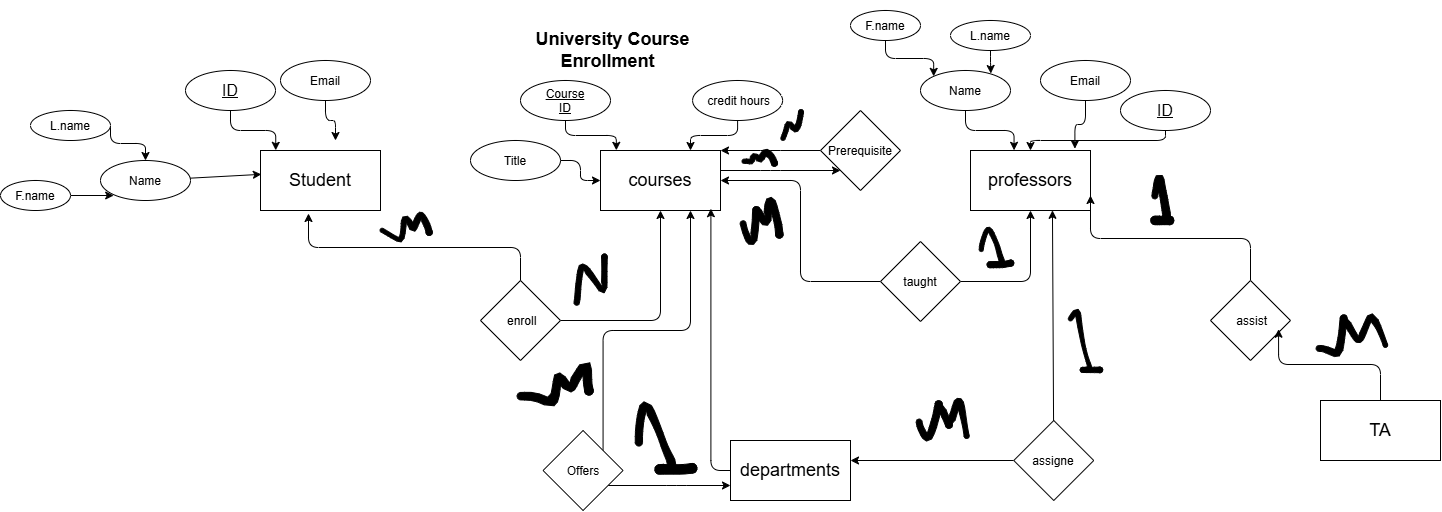
Before: Task_2.drawio.png, a diagram exported from draw.io (mariamnabeh/Database-ERD-EERD-Models). Source tidied: cells renumbered, new cells last; positions are measured from the earlier drawing's top-left corner, leaving out a move shared by most shapes.
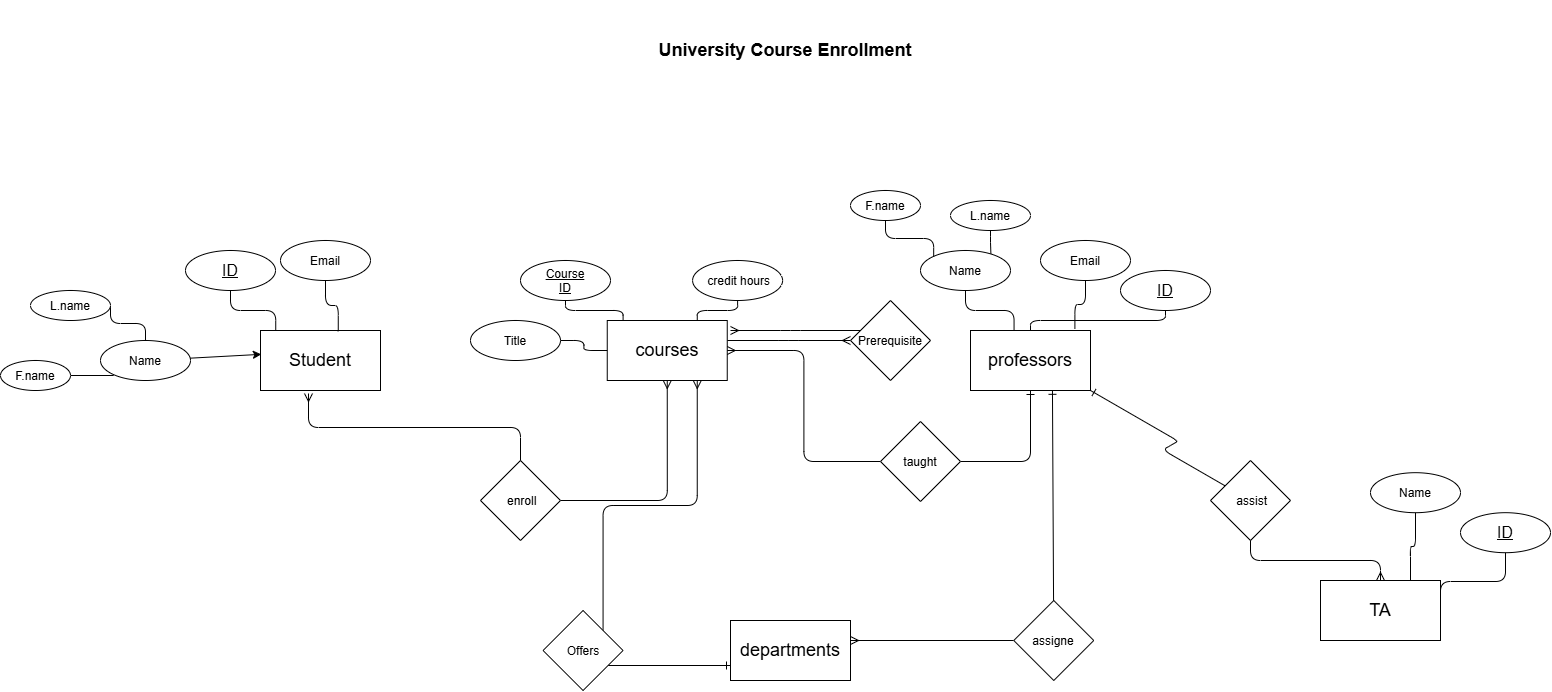
The same file after the commit.

Commit message:
Update task ERD diagrams

Refresh the diagrams for Tasks 1, 2, and 3.

The edit, as a diff of the source:
```diff
@@ -2,17 +2,22 @@
   <root>
     <mxCell id="0" />
     <mxCell id="1" parent="0" />
+    <mxCell id="65" style="edgeStyle=elbowEdgeStyle;elbow=vertical;html=1;" parent="1" edge="1" source="2">
+      <mxGeometry relative="1" as="geometry">
+        <mxPoint x="590" y="-130" as="targetPoint" />
+      </mxGeometry>
+    </mxCell>
     <mxCell id="2" value="&lt;font style=&quot;font-size: 18px;&quot;&gt;&lt;b style=&quot;background-color: light-dark(transparent, rgb(255, 51, 255));&quot;&gt;&amp;nbsp;University Course Enrollment&amp;nbsp;&lt;/b&gt;&lt;/font&gt;" style="text;html=1;whiteSpace=wrap;strokeColor=none;fillColor=none;align=center;verticalAlign=middle;rounded=0;" parent="1" vertex="1">
-      <mxGeometry x="490" width="240" height="100" as="geometry" />
+      <mxGeometry x="300" y="-180" width="970" height="100" as="geometry" />
     </mxCell>
     <mxCell id="3" value="&lt;font style=&quot;font-size: 18px;&quot;&gt;Student&lt;/font&gt;" style="whiteSpace=wrap;html=1;" parent="1" vertex="1">
       <mxGeometry x="260" y="150" width="120" height="60" as="geometry" />
     </mxCell>
-    <mxCell id="4" style="edgeStyle=elbowEdgeStyle;elbow=vertical;html=1;" parent="1" edge="1" source="5" target="57">
-      <mxGeometry relative="1" as="geometry" />
+    <mxCell id="4" style="edgeStyle=elbowEdgeStyle;elbow=vertical;html=1;endArrow=ERmany;endFill=0;entryX=0;entryY=0.5;entryDx=0;entryDy=0;" parent="1" edge="1" source="5" target="57">
+      <mxGeometry x="-0.08" relative="1" as="geometry" />
     </mxCell>
     <mxCell id="5" value="&lt;font style=&quot;font-size: 18px;&quot;&gt;courses&lt;/font&gt;" style="whiteSpace=wrap;html=1;" parent="1" vertex="1">
-      <mxGeometry x="600" y="150" width="120" height="60" as="geometry" />
+      <mxGeometry x="606.8" y="140" width="120" height="60" as="geometry" />
     </mxCell>
     <mxCell id="6" value="&lt;font style=&quot;font-size: 18px;&quot;&gt;professors&lt;/font&gt;" style="whiteSpace=wrap;html=1;" parent="1" vertex="1">
       <mxGeometry x="970" y="150" width="120" height="60" as="geometry" />
@@ -20,10 +25,8 @@
     <mxCell id="7" value="&lt;font style=&quot;font-size: 18px;&quot;&gt;departments&lt;/font&gt;" style="whiteSpace=wrap;html=1;" parent="1" vertex="1">
       <mxGeometry x="730" y="440" width="120" height="60" as="geometry" />
     </mxCell>
-    <mxCell id="8" style="edgeStyle=elbowEdgeStyle;elbow=vertical;html=1;" parent="1" edge="1" source="9">
-      <mxGeometry relative="1" as="geometry">
-        <mxPoint x="335" y="140" as="targetPoint" />
-      </mxGeometry>
+    <mxCell id="8" style="edgeStyle=elbowEdgeStyle;elbow=vertical;html=1;entryX=0.648;entryY=0.013;entryDx=0;entryDy=0;entryPerimeter=0;endArrow=none;endFill=0;" parent="1" edge="1" source="9" target="3">
+      <mxGeometry relative="1" as="geometry" />
     </mxCell>
     <mxCell id="9" value="Email" style="ellipse;whiteSpace=wrap;html=1;shapeInside=1;" parent="1" vertex="1">
       <mxGeometry x="280" y="60" width="90" height="40" as="geometry" />
@@ -34,13 +37,13 @@
     <mxCell id="11" value="&lt;font size=&quot;3&quot;&gt;&lt;u&gt;ID&lt;/u&gt;&lt;/font&gt;" style="ellipse;whiteSpace=wrap;html=1;shapeInside=1;" parent="1" vertex="1">
       <mxGeometry x="185" y="70" width="90" height="40" as="geometry" />
     </mxCell>
-    <mxCell id="12" style="edgeStyle=elbowEdgeStyle;elbow=vertical;html=1;exitX=1;exitY=0.5;exitDx=0;exitDy=0;" parent="1" edge="1" source="13" target="10">
+    <mxCell id="12" style="edgeStyle=elbowEdgeStyle;elbow=vertical;html=1;exitX=1;exitY=0.5;exitDx=0;exitDy=0;endArrow=none;endFill=0;" parent="1" edge="1" source="13" target="10">
       <mxGeometry relative="1" as="geometry" />
     </mxCell>
     <mxCell id="13" value="L.name" style="ellipse;whiteSpace=wrap;html=1;shapeInside=1;" parent="1" vertex="1">
       <mxGeometry x="30" y="110" width="80" height="30" as="geometry" />
     </mxCell>
-    <mxCell id="14" style="edgeStyle=elbowEdgeStyle;elbow=vertical;html=1;exitX=1;exitY=0.5;exitDx=0;exitDy=0;entryX=0;entryY=1;entryDx=0;entryDy=0;" parent="1" edge="1" source="15" target="10">
+    <mxCell id="14" style="edgeStyle=elbowEdgeStyle;elbow=vertical;html=1;exitX=1;exitY=0.5;exitDx=0;exitDy=0;entryX=0;entryY=1;entryDx=0;entryDy=0;endArrow=none;endFill=0;" parent="1" edge="1" source="15" target="10">
       <mxGeometry relative="1" as="geometry" />
     </mxCell>
     <mxCell id="15" value="F.name" style="ellipse;whiteSpace=wrap;html=1;shapeInside=1;" parent="1" vertex="1">
@@ -49,13 +52,13 @@
     <mxCell id="16" style="edgeStyle=none;html=1;entryX=0.007;entryY=0.397;entryDx=0;entryDy=0;entryPerimeter=0;" parent="1" edge="1" source="10" target="3">
       <mxGeometry relative="1" as="geometry" />
     </mxCell>
-    <mxCell id="17" style="edgeStyle=elbowEdgeStyle;elbow=vertical;html=1;entryX=0.127;entryY=-0.003;entryDx=0;entryDy=0;entryPerimeter=0;" parent="1" edge="1" source="11" target="3">
+    <mxCell id="17" style="edgeStyle=elbowEdgeStyle;elbow=vertical;html=1;entryX=0.127;entryY=-0.003;entryDx=0;entryDy=0;entryPerimeter=0;endArrow=none;endFill=0;" parent="1" edge="1" source="11" target="3">
       <mxGeometry relative="1" as="geometry" />
     </mxCell>
     <mxCell id="18" value="Email" style="ellipse;whiteSpace=wrap;html=1;shapeInside=1;" parent="1" vertex="1">
       <mxGeometry x="1040" y="60" width="90" height="40" as="geometry" />
     </mxCell>
-    <mxCell id="19" style="edgeStyle=elbowEdgeStyle;elbow=vertical;html=1;" parent="1" edge="1" source="20" target="6">
+    <mxCell id="19" style="edgeStyle=elbowEdgeStyle;elbow=vertical;html=1;endArrow=none;endFill=0;" parent="1" edge="1" source="20" target="6">
       <mxGeometry relative="1" as="geometry" />
     </mxCell>
     <mxCell id="20" value="&lt;font size=&quot;3&quot;&gt;&lt;u&gt;ID&lt;/u&gt;&lt;/font&gt;" style="ellipse;whiteSpace=wrap;html=1;shapeInside=1;" parent="1" vertex="1">
@@ -64,58 +67,52 @@
     <mxCell id="21" value="Name" style="ellipse;whiteSpace=wrap;html=1;shapeInside=1;" parent="1" vertex="1">
       <mxGeometry x="920" y="70" width="90" height="40" as="geometry" />
     </mxCell>
-    <mxCell id="22" style="edgeStyle=elbowEdgeStyle;elbow=vertical;html=1;entryX=0.87;entryY=-0.03;entryDx=0;entryDy=0;entryPerimeter=0;" parent="1" edge="1" source="18" target="6">
+    <mxCell id="22" style="edgeStyle=elbowEdgeStyle;elbow=vertical;html=1;entryX=0.87;entryY=-0.03;entryDx=0;entryDy=0;entryPerimeter=0;endArrow=none;endFill=0;" parent="1" edge="1" source="18" target="6">
       <mxGeometry relative="1" as="geometry" />
     </mxCell>
-    <mxCell id="23" style="edgeStyle=elbowEdgeStyle;elbow=vertical;html=1;entryX=0.363;entryY=-0.003;entryDx=0;entryDy=0;entryPerimeter=0;" parent="1" edge="1" source="21" target="6">
+    <mxCell id="23" style="edgeStyle=elbowEdgeStyle;elbow=vertical;html=1;entryX=0.363;entryY=-0.003;entryDx=0;entryDy=0;entryPerimeter=0;endArrow=none;endFill=0;" parent="1" edge="1" source="21" target="6">
       <mxGeometry relative="1" as="geometry" />
     </mxCell>
     <mxCell id="24" value="L.name" style="ellipse;whiteSpace=wrap;html=1;shapeInside=1;" parent="1" vertex="1">
       <mxGeometry x="950" y="20" width="80" height="30" as="geometry" />
     </mxCell>
-    <mxCell id="25" style="edgeStyle=elbowEdgeStyle;elbow=vertical;html=1;entryX=0;entryY=0;entryDx=0;entryDy=0;" parent="1" edge="1" source="26" target="21">
+    <mxCell id="25" style="edgeStyle=elbowEdgeStyle;elbow=vertical;html=1;entryX=0;entryY=0;entryDx=0;entryDy=0;endArrow=none;endFill=0;" parent="1" edge="1" source="26" target="21">
       <mxGeometry relative="1" as="geometry" />
     </mxCell>
     <mxCell id="26" value="F.name" style="ellipse;whiteSpace=wrap;html=1;shapeInside=1;" parent="1" vertex="1">
       <mxGeometry x="850" y="10" width="70" height="30" as="geometry" />
     </mxCell>
-    <mxCell id="27" style="edgeStyle=elbowEdgeStyle;elbow=vertical;html=1;entryX=0.782;entryY=0.075;entryDx=0;entryDy=0;entryPerimeter=0;" parent="1" edge="1" source="24" target="21">
+    <mxCell id="27" style="edgeStyle=elbowEdgeStyle;elbow=vertical;html=1;entryX=0.782;entryY=0.075;entryDx=0;entryDy=0;entryPerimeter=0;endArrow=none;endFill=0;" parent="1" edge="1" source="24" target="21">
       <mxGeometry relative="1" as="geometry" />
     </mxCell>
     <mxCell id="28" value="&lt;u&gt;Course ID&lt;/u&gt;&lt;div style=&quot;text-decoration-line: inherit;&quot;&gt;&lt;br&gt;&lt;/div&gt;" style="ellipse;whiteSpace=wrap;html=1;shapeInside=1;" parent="1" vertex="1">
       <mxGeometry x="520" y="80" width="90" height="40" as="geometry" />
     </mxCell>
-    <mxCell id="29" style="edgeStyle=orthogonalEdgeStyle;html=1;entryX=0.75;entryY=0;entryDx=0;entryDy=0;elbow=vertical;" parent="1" edge="1" source="30" target="5">
+    <mxCell id="29" style="edgeStyle=orthogonalEdgeStyle;html=1;entryX=0.75;entryY=0;entryDx=0;entryDy=0;elbow=vertical;endArrow=none;endFill=0;" parent="1" edge="1" source="30" target="5">
       <mxGeometry relative="1" as="geometry" />
     </mxCell>
     <mxCell id="30" value="&lt;br&gt;&lt;div&gt;&amp;nbsp;credit hours&lt;/div&gt;" style="ellipse;whiteSpace=wrap;html=1;shapeInside=1;" parent="1" vertex="1">
       <mxGeometry x="692.1" y="80" width="90" height="40" as="geometry" />
     </mxCell>
-    <mxCell id="31" style="edgeStyle=orthogonalEdgeStyle;html=1;entryX=0.5;entryY=1;entryDx=0;entryDy=0;elbow=vertical;" parent="1" edge="1" source="32" target="5">
+    <mxCell id="31" style="edgeStyle=orthogonalEdgeStyle;html=1;entryX=0.5;entryY=1;entryDx=0;entryDy=0;elbow=vertical;endArrow=ERmany;endFill=0;" parent="1" edge="1" source="32" target="5">
       <mxGeometry relative="1" as="geometry" />
     </mxCell>
     <mxCell id="32" value="&amp;nbsp;enroll" style="rhombus;whiteSpace=wrap;html=1;shapeInside=1;" parent="1" vertex="1">
       <mxGeometry x="480" y="280" width="80" height="80" as="geometry" />
     </mxCell>
-    <mxCell id="33" style="edgeStyle=elbowEdgeStyle;elbow=vertical;html=1;entryX=0.4;entryY=1.05;entryDx=0;entryDy=0;entryPerimeter=0;" parent="1" edge="1" source="32" target="3">
+    <mxCell id="33" style="edgeStyle=elbowEdgeStyle;elbow=vertical;html=1;entryX=0.4;entryY=1.05;entryDx=0;entryDy=0;entryPerimeter=0;endArrow=ERmany;endFill=0;" parent="1" edge="1" source="32" target="3">
       <mxGeometry relative="1" as="geometry" />
     </mxCell>
-    <mxCell id="34" style="shape=(stored shape, 1192 characters);lineShape=1;strokeColor=default;" parent="1" vertex="1">
-      <mxGeometry x="379.5" y="211.8" width="52.2" height="29.6" as="geometry" />
-    </mxCell>
-    <mxCell id="35" style="edgeStyle=orthogonalEdgeStyle;html=1;entryX=0.5;entryY=1;entryDx=0;entryDy=0;elbow=vertical;" parent="1" edge="1" source="37" target="6">
-      <mxGeometry relative="1" as="geometry" />
+    <mxCell id="35" style="edgeStyle=orthogonalEdgeStyle;html=1;entryX=0.5;entryY=1;entryDx=0;entryDy=0;elbow=vertical;endArrow=ERone;endFill=0;" parent="1" edge="1" source="37" target="6">
+      <mxGeometry x="0.01" relative="1" as="geometry" />
     </mxCell>
-    <mxCell id="36" style="edgeStyle=orthogonalEdgeStyle;html=1;entryX=1;entryY=0.5;entryDx=0;entryDy=0;elbow=vertical;" parent="1" edge="1" source="37" target="5">
+    <mxCell id="36" style="edgeStyle=orthogonalEdgeStyle;html=1;entryX=1;entryY=0.5;entryDx=0;entryDy=0;elbow=vertical;endArrow=ERmany;endFill=0;" parent="1" edge="1" source="37" target="5">
       <mxGeometry relative="1" as="geometry" />
     </mxCell>
     <mxCell id="37" value="taught" style="rhombus;whiteSpace=wrap;html=1;shapeInside=1;" parent="1" vertex="1">
       <mxGeometry x="880" y="241" width="80" height="80" as="geometry" />
     </mxCell>
-    <mxCell id="38" style="shape=(stored shape, 1320 characters);lineShape=1;strokeColor=default;" parent="1" vertex="1">
-      <mxGeometry x="978.7" y="226.8" width="34.6" height="40.4" as="geometry" />
-    </mxCell>
-    <mxCell id="39" style="edgeStyle=none;curved=1;curveGeometry=1;html=1;elbow=vertical;" parent="1" edge="1" source="40">
+    <mxCell id="39" style="edgeStyle=none;curved=1;curveGeometry=1;html=1;elbow=vertical;shape=filledEdge;endArrow=ERmany;endFill=0;" parent="1" edge="1" source="40">
       <mxGeometry relative="1" as="geometry">
         <mxPoint x="850" y="460" as="targetPoint" />
       </mxGeometry>
@@ -123,77 +120,58 @@
     <mxCell id="40" value="assigne" style="rhombus;whiteSpace=wrap;html=1;shapeInside=1;" parent="1" vertex="1">
       <mxGeometry x="1013.3" y="420" width="80" height="80" as="geometry" />
     </mxCell>
-    <mxCell id="41" style="edgeStyle=none;curved=1;curveGeometry=1;html=1;entryX=0.683;entryY=0.997;entryDx=0;entryDy=0;entryPerimeter=0;elbow=vertical;" parent="1" edge="1" source="40" target="6">
+    <mxCell id="41" style="edgeStyle=none;curved=1;curveGeometry=1;html=1;entryX=0.683;entryY=0.997;entryDx=0;entryDy=0;entryPerimeter=0;elbow=vertical;endArrow=ERone;endFill=0;" parent="1" edge="1" source="40" target="6">
       <mxGeometry relative="1" as="geometry" />
     </mxCell>
-    <mxCell id="42" style="shape=(stored shape, 1224 characters);lineShape=1;strokeColor=default;" parent="1" vertex="1">
-      <mxGeometry x="1067.8" y="308.8" width="34.4" height="63.4" as="geometry" />
-    </mxCell>
-    <mxCell id="43" style="edgeStyle=orthogonalEdgeStyle;html=1;entryX=0.92;entryY=0.97;entryDx=0;entryDy=0;entryPerimeter=0;elbow=vertical;" parent="1" edge="1" source="7" target="5">
-      <mxGeometry relative="1" as="geometry" />
-    </mxCell>
-    <mxCell id="44" style="edgeStyle=orthogonalEdgeStyle;html=1;entryX=0.132;entryY=-0.003;entryDx=0;entryDy=0;entryPerimeter=0;elbow=vertical;" parent="1" edge="1" source="28" target="5">
+    <mxCell id="44" style="edgeStyle=orthogonalEdgeStyle;html=1;entryX=0.132;entryY=-0.003;entryDx=0;entryDy=0;entryPerimeter=0;elbow=vertical;endArrow=none;endFill=0;" parent="1" edge="1" source="28" target="5">
       <mxGeometry relative="1" as="geometry" />
     </mxCell>
     <mxCell id="45" value="&lt;span style=&quot;font-size: 18px;&quot;&gt;TA&lt;/span&gt;" style="whiteSpace=wrap;html=1;" parent="1" vertex="1">
       <mxGeometry x="1320" y="400" width="120" height="60" as="geometry" />
     </mxCell>
-    <mxCell id="46" style="edgeStyle=orthogonalEdgeStyle;html=1;entryX=0;entryY=0.5;entryDx=0;entryDy=0;elbow=vertical;" parent="1" edge="1" source="47" target="5">
+    <mxCell id="46" style="edgeStyle=orthogonalEdgeStyle;html=1;entryX=0;entryY=0.5;entryDx=0;entryDy=0;elbow=vertical;endArrow=none;endFill=0;" parent="1" edge="1" source="47" target="5">
       <mxGeometry relative="1" as="geometry" />
     </mxCell>
     <mxCell id="47" value="&lt;div style=&quot;text-decoration-line: inherit;&quot;&gt;Title&lt;/div&gt;" style="ellipse;whiteSpace=wrap;html=1;shapeInside=1;" parent="1" vertex="1">
       <mxGeometry x="470" y="140" width="90" height="40" as="geometry" />
     </mxCell>
-    <mxCell id="48" style="edgeStyle=elbowEdgeStyle;elbow=vertical;html=1;entryX=1;entryY=0.75;entryDx=0;entryDy=0;" parent="1" edge="1" source="49" target="6">
-      <mxGeometry relative="1" as="geometry" />
+    <mxCell id="48" style="edgeStyle=isometricEdgeStyle;elbow=vertical;html=1;endArrow=ERone;endFill=0;entryX=1;entryY=1;entryDx=0;entryDy=0;" parent="1" edge="1" source="49" target="6">
+      <mxGeometry x="0.32" relative="1" as="geometry" />
     </mxCell>
     <mxCell id="49" value="&amp;nbsp;assist" style="rhombus;whiteSpace=wrap;html=1;shapeInside=1;" parent="1" vertex="1">
       <mxGeometry x="1210" y="280" width="80" height="80" as="geometry" />
     </mxCell>
-    <mxCell id="50" style="edgeStyle=elbowEdgeStyle;elbow=vertical;html=1;entryX=0.851;entryY=0.609;entryDx=0;entryDy=0;entryPerimeter=0;" parent="1" edge="1" source="45" target="49">
+    <mxCell id="50" style="edgeStyle=elbowEdgeStyle;elbow=vertical;html=1;entryX=0.5;entryY=1;entryDx=0;entryDy=0;endArrow=none;endFill=0;startArrow=ERmany;startFill=0;" parent="1" edge="1" source="45" target="49">
       <mxGeometry relative="1" as="geometry" />
     </mxCell>
-    <mxCell id="51" style="edgeStyle=elbowEdgeStyle;elbow=vertical;html=1;entryX=0;entryY=0.75;entryDx=0;entryDy=0;" parent="1" edge="1" source="53" target="7">
+    <mxCell id="51" style="edgeStyle=elbowEdgeStyle;elbow=vertical;html=1;entryX=0;entryY=0.75;entryDx=0;entryDy=0;endArrow=ERone;endFill=0;" parent="1" edge="1" source="53" target="7">
       <mxGeometry relative="1" as="geometry" />
     </mxCell>
-    <mxCell id="52" style="edgeStyle=elbowEdgeStyle;elbow=vertical;html=1;exitX=1;exitY=0;exitDx=0;exitDy=0;entryX=0.75;entryY=1;entryDx=0;entryDy=0;" parent="1" edge="1" source="53" target="5">
+    <mxCell id="52" style="edgeStyle=elbowEdgeStyle;elbow=vertical;html=1;exitX=1;exitY=0;exitDx=0;exitDy=0;entryX=0.75;entryY=1;entryDx=0;entryDy=0;endArrow=ERmany;endFill=0;" parent="1" edge="1" source="53" target="5">
       <mxGeometry relative="1" as="geometry" />
     </mxCell>
     <mxCell id="53" value="Offers" style="rhombus;whiteSpace=wrap;html=1;shapeInside=1;" parent="1" vertex="1">
       <mxGeometry x="542.6" y="430" width="80" height="80" as="geometry" />
     </mxCell>
-    <mxCell id="54" style="shape=(stored shape, 1268 characters);lineShape=1;strokeColor=default;" parent="1" vertex="1">
-      <mxGeometry x="634.8" y="401.3" width="61.6" height="72.4" as="geometry" />
-    </mxCell>
-    <mxCell id="55" style="shape=(stored shape, 1100 characters);lineShape=1;strokeColor=default;" parent="1" vertex="1">
-      <mxGeometry x="516.7" y="362.3" width="76" height="42.9" as="geometry" />
-    </mxCell>
-    <mxCell id="56" style="edgeStyle=elbowEdgeStyle;elbow=vertical;html=1;entryX=1;entryY=0;entryDx=0;entryDy=0;" parent="1" edge="1" source="57" target="5">
-      <mxGeometry relative="1" as="geometry" />
+    <mxCell id="56" style="edgeStyle=elbowEdgeStyle;elbow=vertical;html=1;endArrow=ERmany;endFill=0;" parent="1" edge="1" source="57">
+      <mxGeometry x="0.11" relative="1" as="geometry">
+        <mxPoint x="730" y="150" as="targetPoint" />
+      </mxGeometry>
     </mxCell>
     <mxCell id="57" value="Prerequisite" style="rhombus;whiteSpace=wrap;html=1;shapeInside=1;" parent="1" vertex="1">
-      <mxGeometry x="820" y="110" width="80" height="80" as="geometry" />
+      <mxGeometry x="850" y="120" width="80" height="80" as="geometry" />
     </mxCell>
-    <mxCell id="58" style="shape=(stored shape, 904 characters);lineShape=1;strokeColor=default;" parent="1" vertex="1">
-      <mxGeometry x="741.5" y="148.8" width="35.5" height="16.9" as="geometry" />
-    </mxCell>
-    <mxCell id="59" style="shape=(stored shape, 892 characters);lineShape=1;strokeColor=default;" parent="1" vertex="1">
-      <mxGeometry x="780.3" y="109.3" width="22.7" height="30.7" as="geometry" />
-    </mxCell>
-    <mxCell id="60" style="shape=(stored shape, 1344 characters);lineShape=1;strokeColor=default;" parent="1" vertex="1">
-      <mxGeometry x="1315.6" y="313.3" width="71.5" height="42.7" as="geometry" />
-    </mxCell>
-    <mxCell id="61" style="shape=(stored shape, 1168 characters);lineShape=1;strokeColor=default;" parent="1" vertex="1">
-      <mxGeometry x="1150.4" y="175" width="22.9" height="49.2" as="geometry" />
-    </mxCell>
-    <mxCell id="62" style="shape=(stored shape, 1468 characters);lineShape=1;strokeColor=default;" parent="1" vertex="1">
-      <mxGeometry x="915.7" y="397.9" width="52.9" height="42.7" as="geometry" />
-    </mxCell>
-    <mxCell id="63" style="shape=(stored shape, 1344 characters);lineShape=1;strokeColor=default;" parent="1" vertex="1">
-      <mxGeometry x="739.7" y="196.9" width="42.8" height="47" as="geometry" />
-    </mxCell>
-    <mxCell id="64" style="shape=(stored shape, 1024 characters);lineShape=1;strokeColor=default;" parent="1" vertex="1">
-      <mxGeometry x="573.5" y="253.6" width="33.3" height="51.2" as="geometry" />
-    </mxCell>
+    <mxCell id="66" style="edgeStyle=elbowEdgeStyle;elbow=vertical;html=1;entryX=1;entryY=0.5;entryDx=0;entryDy=0;endArrow=none;endFill=0;" parent="1" edge="1" source="67" target="45">
+      <mxGeometry relative="1" as="geometry" />
+    </mxCell>
+    <mxCell id="67" value="&lt;font size=&quot;3&quot;&gt;&lt;u&gt;ID&lt;/u&gt;&lt;/font&gt;" style="ellipse;whiteSpace=wrap;html=1;shapeInside=1;" parent="1" vertex="1">
+      <mxGeometry x="1460" y="332.2" width="90" height="40" as="geometry" />
+    </mxCell>
+    <mxCell id="68" style="edgeStyle=elbowEdgeStyle;elbow=vertical;html=1;entryX=0.75;entryY=0;entryDx=0;entryDy=0;endArrow=none;endFill=0;" parent="1" edge="1" source="69" target="45">
+      <mxGeometry relative="1" as="geometry" />
+    </mxCell>
+    <mxCell id="69" value="Name" style="ellipse;whiteSpace=wrap;html=1;shapeInside=1;" parent="1" vertex="1">
+      <mxGeometry x="1370" y="292.2" width="90" height="40" as="geometry" />
+    </mxCell>
   </root>
 </mxGraphModel>
```
